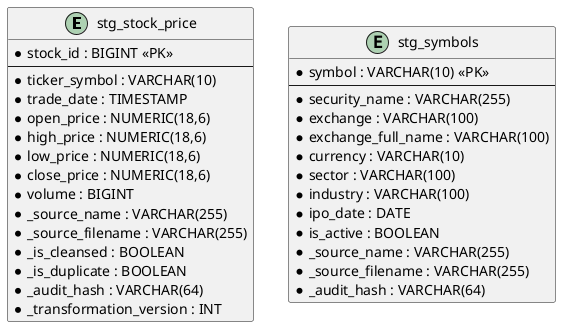
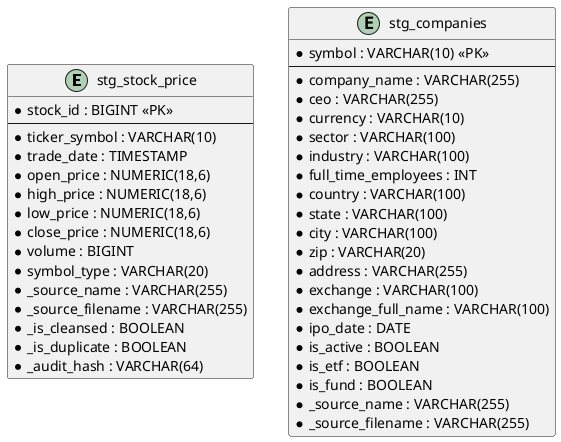
@startuml
entity "stg_stock_price" {
    * stock_id : BIGINT <<PK>>
--
    * ticker_symbol : VARCHAR(10)
    * trade_date : TIMESTAMP
    * open_price : NUMERIC(18,6)
    * high_price : NUMERIC(18,6)
    * low_price : NUMERIC(18,6)
    * close_price : NUMERIC(18,6)
    * volume : BIGINT
+     * symbol_type : VARCHAR(20)
    * _source_name : VARCHAR(255)
    * _source_filename : VARCHAR(255)
    * _is_cleansed : BOOLEAN
    * _is_duplicate : BOOLEAN
    * _audit_hash : VARCHAR(64)
-     * _transformation_version : INT
}

- entity "stg_symbols" {
+ entity "stg_companies" {
    * symbol : VARCHAR(10) <<PK>>
--
-     * security_name : VARCHAR(255)
-     * exchange : VARCHAR(100)
-     * exchange_full_name : VARCHAR(100)
+     * company_name : VARCHAR(255)
+     * ceo : VARCHAR(255)
    * currency : VARCHAR(10)
    * sector : VARCHAR(100)
    * industry : VARCHAR(100)
+     * full_time_employees : INT
+     * country : VARCHAR(100)
+     * state : VARCHAR(100)
+     * city : VARCHAR(100)
+     * zip : VARCHAR(20)
+     * address : VARCHAR(255)
+     * exchange : VARCHAR(100)
+     * exchange_full_name : VARCHAR(100)
    * ipo_date : DATE
    * is_active : BOOLEAN
+     * is_etf : BOOLEAN
+     * is_fund : BOOLEAN
    * _source_name : VARCHAR(255)
    * _source_filename : VARCHAR(255)
-     * _audit_hash : VARCHAR(64)
}

@enduml